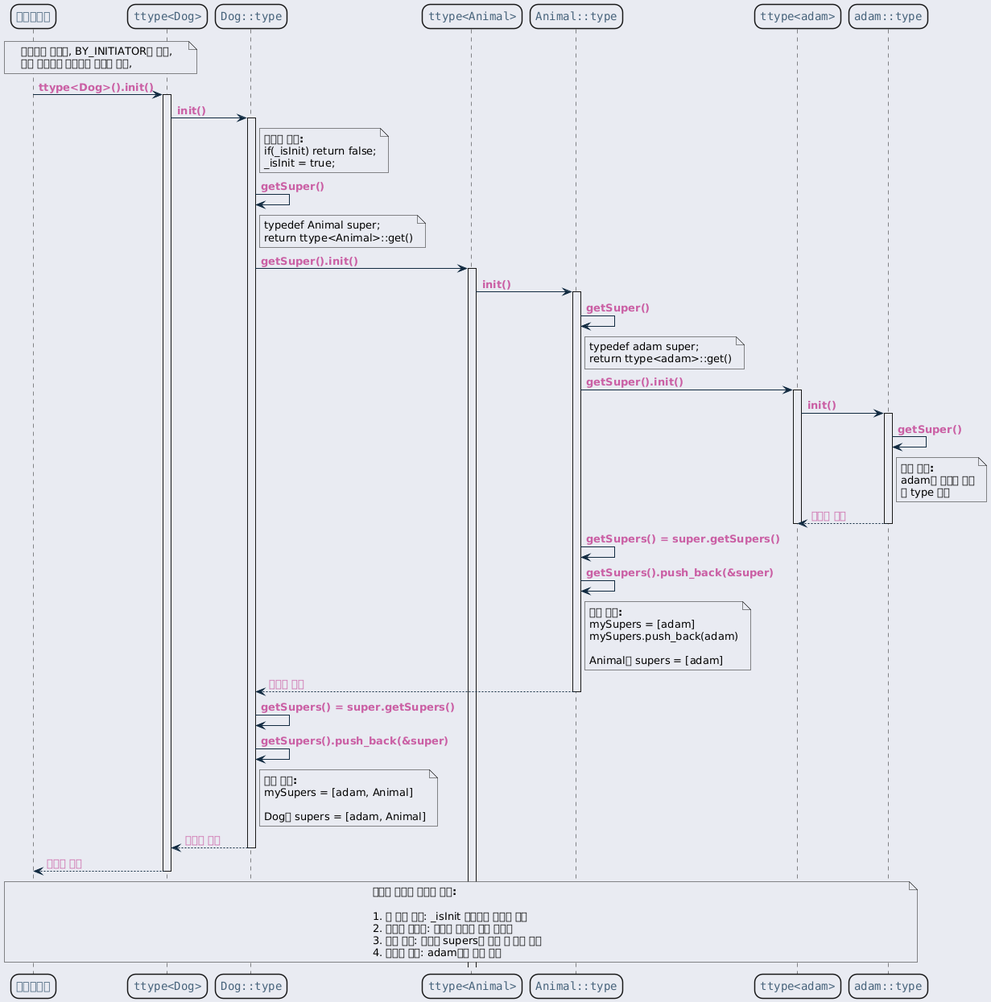
This is ref/generated/ko/inline_umlgraph_8.png from byeolang/website, a PlantUML export, as it was before one commit. The source it was exported from:
```plantuml
@startuml inline_umlgraph_8.png
<style>
  root {
    BackGroundColor: #E9EBF2;
  }
  class, node, object, participant, actor, boundary, control, entity, database, collections, queue {
    LineThickness: 1.5;
    HorizontalAlignment center;
    FontColor: #47637b;
    FontSize: 14;
    FontName: "Courier";
    RoundCorner: 20;
  }
  arrow {
    LineColor: #112a40;
    FontColor: #ca5fa4;
    FontStyle: "bold"
  }
  visibilityIcon {
    protected {
      LineColor DarkGoldenRod
      BackgroundColor DarkGoldenRod
    }
}
</style>
participant "사용자코드" as user
participant "ttype<Dog>" as ttypeDog
participant "Dog::type" as dogType
participant "ttype<Animal>" as ttypeAnimal
participant "Animal::type" as animalType
participant "ttype<adam>" as ttypeAdam
participant "adam::type" as adamType

note over user, ttypeDog
프로세스 시작시, BY_INITIATOR에 의해,
혹은 사용자의 명시적인 호출에 의해,
end note

user -> ttypeDog : ttype<Dog>().init()
activate ttypeDog

ttypeDog -> dogType : init()
activate dogType

note right of dogType
  <b>재진입 방지:</b>
  if(_isInit) return false;
  _isInit = true;
end note

dogType -> dogType : getSuper()
note right of dogType
  typedef Animal super;
  return ttype<Animal>::get()
end note

dogType -> ttypeAnimal : getSuper().init()
activate ttypeAnimal

ttypeAnimal -> animalType : init()
activate animalType

animalType -> animalType : getSuper()
note right of animalType
  typedef adam super;
  return ttype<adam>::get()
end note

animalType -> ttypeAdam : getSuper().init()
activate ttypeAdam

ttypeAdam -> adamType : init()
activate adamType

adamType -> adamType : getSuper()
note right of adamType
  <b>재귀 종료:</b>
  adam은 부모가 없음
  빈 type 반환
end note

adamType --> ttypeAdam : 초기화 완료
deactivate adamType
deactivate ttypeAdam

animalType -> animalType : getSupers() = super.getSupers()
animalType -> animalType : getSupers().push_back(&super)

note right of animalType
  <b>계층 구성:</b>
  mySupers = [adam]
  mySupers.push_back(adam)

  Animal의 supers = [adam]
end note

animalType --> dogType : 초기화 완료
deactivate animalType

dogType -> dogType : getSupers() = super.getSupers()
dogType -> dogType : getSupers().push_back(&super)

note right of dogType
  <b>계층 구성:</b>
  mySupers = [adam, Animal]

  Dog의 supers = [adam, Animal]
end note

dogType --> ttypeDog : 초기화 완료
deactivate dogType

ttypeDog --> user : 초기화 완료
deactivate ttypeDog

note over user, adamType
  <b>재귀적 초기화 패턴의 특징:</b>

  1. 한 번만 실행: _isInit 플래그로 재진입 방지
  2. 상향식 초기화: 자식이 부모를 먼저 초기화
  3. 계층 구성: 부모의 supers를 복사 후 부모 추가
  4. 안전한 종료: adam에서 재귀 종료
end note
@enduml
```
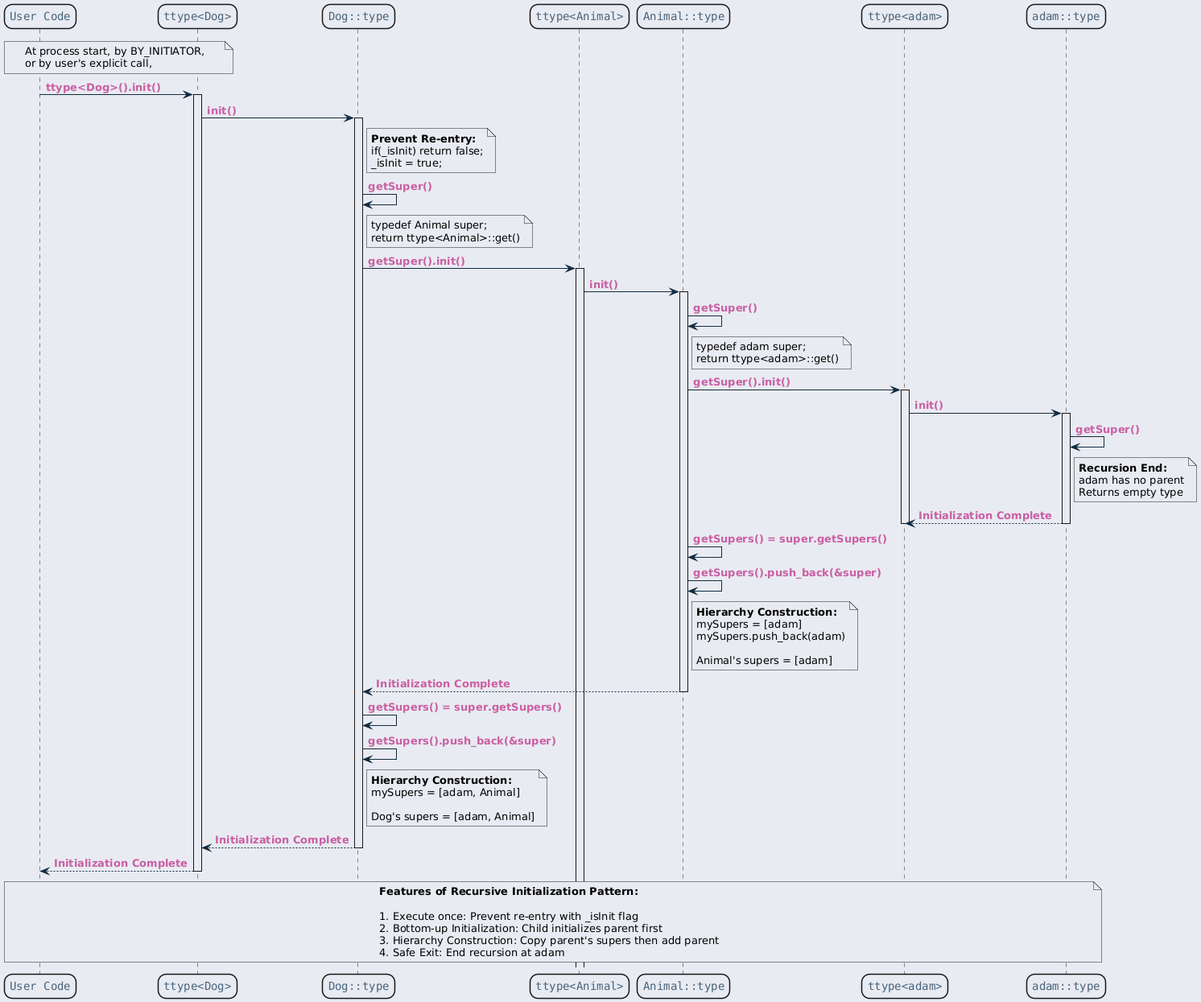
The same file after the commit.

The edit, as a diff of the source:
```diff
@@ -23,7 +23,7 @@
     }
 }
 </style>
-participant "사용자코드" as user
+participant "User Code" as user
 participant "ttype<Dog>" as ttypeDog
 participant "Dog::type" as dogType
 participant "ttype<Animal>" as ttypeAnimal
@@ -32,8 +32,8 @@
 participant "adam::type" as adamType
 
 note over user, ttypeDog
-프로세스 시작시, BY_INITIATOR에 의해,
-혹은 사용자의 명시적인 호출에 의해,
+At process start, by BY_INITIATOR,
+or by user's explicit call,
 end note
 
 user -> ttypeDog : ttype<Dog>().init()
@@ -43,7 +43,7 @@
 activate dogType
 
 note right of dogType
-  <b>재진입 방지:</b>
+  <b>Prevent Re-entry:</b>
   if(_isInit) return false;
   _isInit = true;
 end note
@@ -74,12 +74,12 @@
 
 adamType -> adamType : getSuper()
 note right of adamType
-  <b>재귀 종료:</b>
-  adam은 부모가 없음
-  빈 type 반환
+  <b>Recursion End:</b>
+  adam has no parent
+  Returns empty type
 end note
 
-adamType --> ttypeAdam : 초기화 완료
+adamType --> ttypeAdam : Initialization Complete
 deactivate adamType
 deactivate ttypeAdam
 
@@ -87,38 +87,38 @@
 animalType -> animalType : getSupers().push_back(&super)
 
 note right of animalType
-  <b>계층 구성:</b>
+  <b>Hierarchy Construction:</b>
   mySupers = [adam]
   mySupers.push_back(adam)
 
-  Animal의 supers = [adam]
+  Animal's supers = [adam]
 end note
 
-animalType --> dogType : 초기화 완료
+animalType --> dogType : Initialization Complete
 deactivate animalType
 
 dogType -> dogType : getSupers() = super.getSupers()
 dogType -> dogType : getSupers().push_back(&super)
 
 note right of dogType
-  <b>계층 구성:</b>
+  <b>Hierarchy Construction:</b>
   mySupers = [adam, Animal]
 
-  Dog의 supers = [adam, Animal]
+  Dog's supers = [adam, Animal]
 end note
 
-dogType --> ttypeDog : 초기화 완료
+dogType --> ttypeDog : Initialization Complete
 deactivate dogType
 
-ttypeDog --> user : 초기화 완료
+ttypeDog --> user : Initialization Complete
 deactivate ttypeDog
 
 note over user, adamType
-  <b>재귀적 초기화 패턴의 특징:</b>
+  <b>Features of Recursive Initialization Pattern:</b>
 
-  1. 한 번만 실행: _isInit 플래그로 재진입 방지
-  2. 상향식 초기화: 자식이 부모를 먼저 초기화
-  3. 계층 구성: 부모의 supers를 복사 후 부모 추가
-  4. 안전한 종료: adam에서 재귀 종료
+  1. Execute once: Prevent re-entry with _isInit flag
+  2. Bottom-up Initialization: Child initializes parent first
+  3. Hierarchy Construction: Copy parent's supers then add parent
+  4. Safe Exit: End recursion at adam
 end note
 @enduml
```
